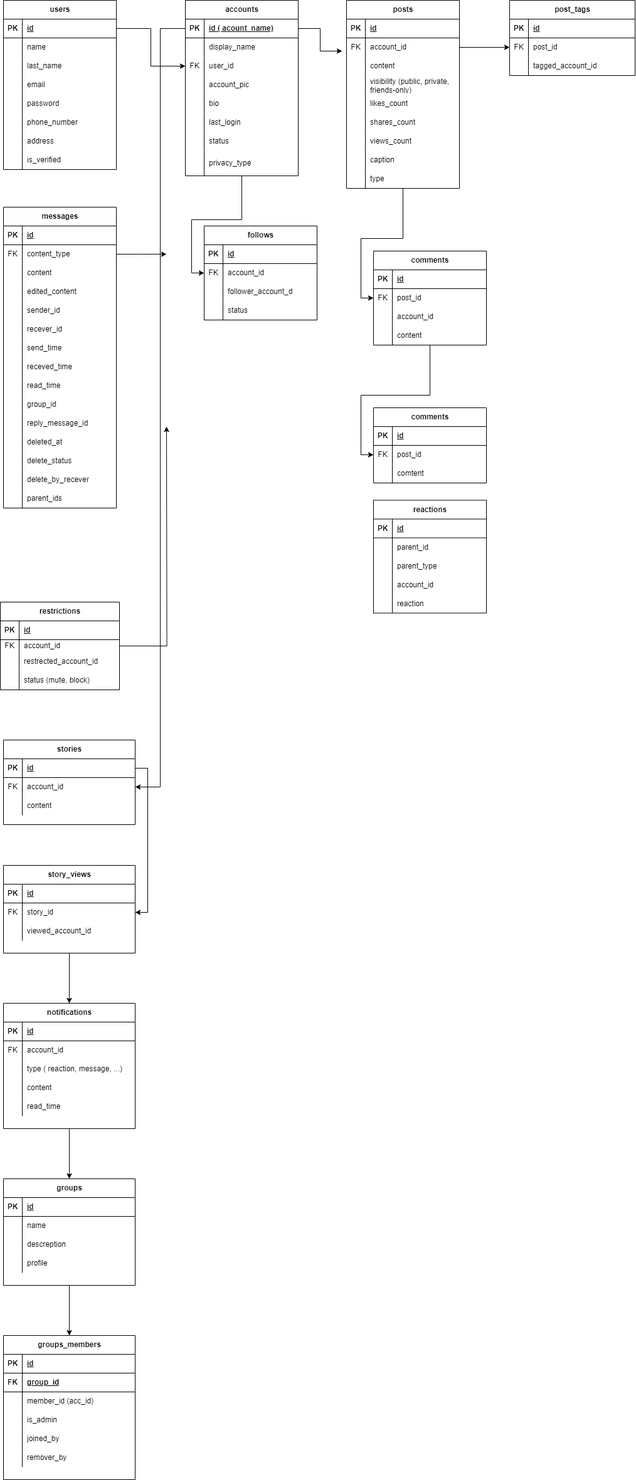
venkat0x1/ER-Diagrams keeps this draw.io diagram as SocialMediaApp.drawio.png. Above is the earlier version. Source tidied: cells renumbered, new cells last; positions are measured from the earlier drawing's top-left corner, leaving out a move shared by most shapes.
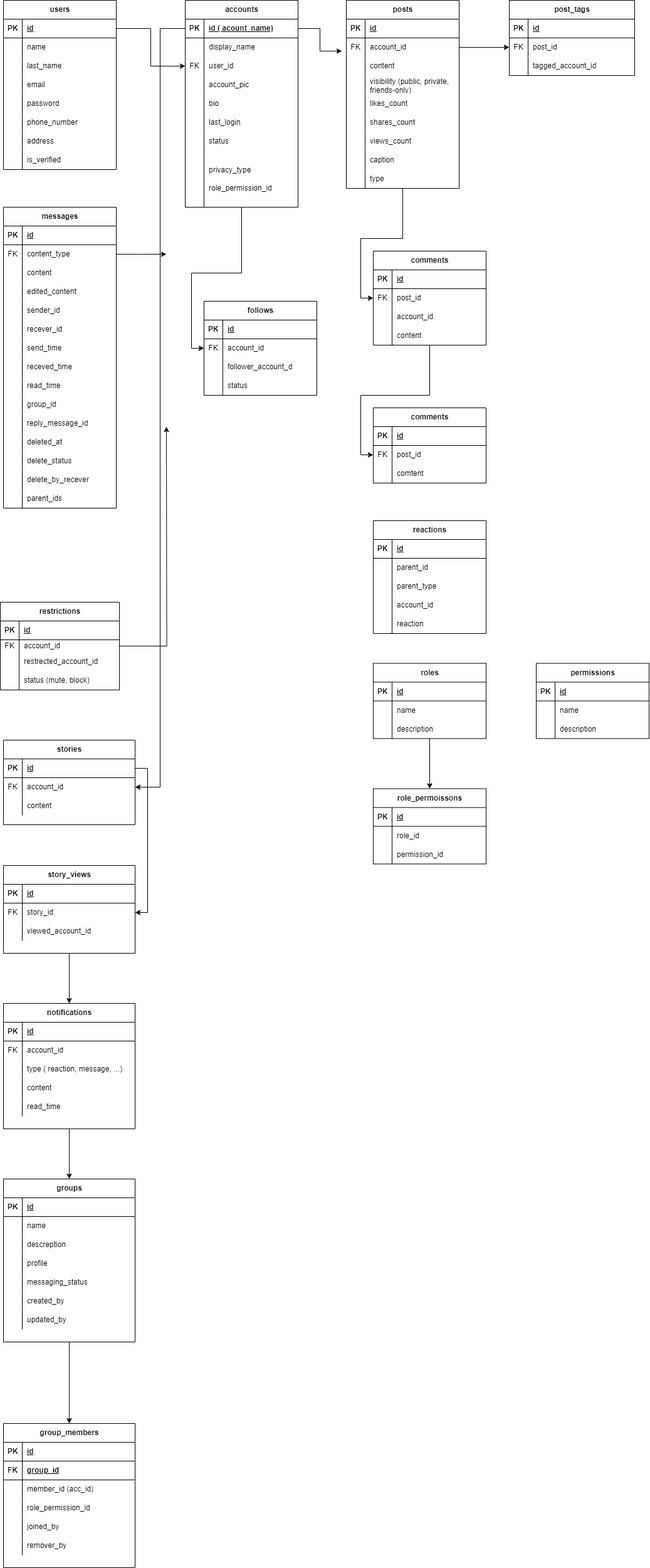
The same diagram one commit later.

Diff of the diagram source:
```diff
@@ -90,7 +90,7 @@
       <mxGeometry relative="1" as="geometry" />
     </mxCell>
     <mxCell id="29" value="accounts" style="shape=table;startSize=30;rowLines=0;fontStyle=1;align=center;html=1;" parent="1" vertex="1">
-      <mxGeometry x="295" width="180" height="280" as="geometry" />
+      <mxGeometry x="295" width="180" height="330" as="geometry" />
     </mxCell>
     <mxCell id="30" style="shape=tableRow;horizontal=0;startSize=0;swimlaneHead=0;swimlaneBody=0;fillColor=none;points=[[0,0.5],[1,0.5]];portConstraint=eastwest;top=0;left=0;right=0;bottom=1;" parent="29" vertex="1">
       <mxGeometry y="30" width="180" height="30" as="geometry" />
@@ -156,13 +156,13 @@
       <mxGeometry x="30" width="150" height="30" as="geometry" />
     </mxCell>
     <mxCell id="51" style="shape=tableRow;horizontal=0;startSize=0;swimlaneHead=0;swimlaneBody=0;fillColor=none;top=0;left=0;right=0;bottom=0;" parent="29" vertex="1">
-      <mxGeometry y="240" width="180" height="40" as="geometry" />
+      <mxGeometry y="240" width="180" height="90" as="geometry" />
     </mxCell>
     <mxCell id="52" style="shape=partialRectangle;fillColor=none;top=0;left=0;bottom=0;right=0;overflow=hidden;whiteSpace=wrap;html=1;" parent="51" vertex="1">
-      <mxGeometry width="30" height="40" as="geometry" />
+      <mxGeometry width="30" height="90" as="geometry" />
     </mxCell>
-    <mxCell id="53" value="privacy_type" style="shape=partialRectangle;fillColor=none;top=0;left=0;bottom=0;right=0;align=left;spacingLeft=6;overflow=hidden;whiteSpace=wrap;html=1;" parent="51" vertex="1">
-      <mxGeometry x="30" width="150" height="40" as="geometry" />
+    <mxCell id="53" value="privacy_type&lt;br&gt;&lt;br&gt;role_permission_id" style="shape=partialRectangle;fillColor=none;top=0;left=0;bottom=0;right=0;align=left;spacingLeft=6;overflow=hidden;whiteSpace=wrap;html=1;" parent="51" vertex="1">
+      <mxGeometry x="30" width="150" height="90" as="geometry" />
     </mxCell>
     <mxCell id="54" style="edgeStyle=orthogonalEdgeStyle;rounded=0;jettySize=auto;html=1;entryX=0;entryY=0.5;entryDx=0;entryDy=0;" parent="1" edge="1" source="55" target="88">
       <mxGeometry relative="1" as="geometry" />
@@ -324,7 +324,7 @@
       <mxGeometry x="30" width="150" height="30" as="geometry" />
     </mxCell>
     <mxCell id="107" value="reactions" style="shape=table;startSize=30;rowLines=0;fontStyle=1;align=center;html=1;" parent="1" vertex="1">
-      <mxGeometry x="595" y="797.5" width="180" height="180" as="geometry" />
+      <mxGeometry x="595" y="830" width="180" height="180" as="geometry" />
     </mxCell>
     <mxCell id="108" style="shape=tableRow;horizontal=0;startSize=0;swimlaneHead=0;swimlaneBody=0;fillColor=none;top=0;left=0;right=0;bottom=1;" parent="107" vertex="1">
       <mxGeometry y="30" width="180" height="30" as="geometry" />
@@ -372,7 +372,7 @@
       <mxGeometry x="30" width="150" height="30" as="geometry" />
     </mxCell>
     <mxCell id="123" value="follows" style="shape=table;startSize=30;rowLines=0;fontStyle=1;align=center;html=1;" parent="1" vertex="1">
-      <mxGeometry x="325" y="360" width="180" height="150" as="geometry" />
+      <mxGeometry x="325" y="480" width="180" height="150" as="geometry" />
     </mxCell>
     <mxCell id="124" style="shape=tableRow;horizontal=0;startSize=0;swimlaneHead=0;swimlaneBody=0;fillColor=none;top=0;left=0;right=0;bottom=1;" parent="123" vertex="1">
       <mxGeometry y="30" width="180" height="30" as="geometry" />
@@ -757,7 +757,7 @@
       <mxGeometry relative="1" as="geometry" />
     </mxCell>
     <mxCell id="250" value="groups" style="shape=table;startSize=30;rowLines=0;fontStyle=1;align=center;html=1;" parent="1" vertex="1">
-      <mxGeometry x="5" y="1880" width="210" height="170" as="geometry" />
+      <mxGeometry x="5" y="1880" width="210" height="260" as="geometry" />
     </mxCell>
     <mxCell id="251" style="shape=tableRow;horizontal=0;startSize=0;swimlaneHead=0;swimlaneBody=0;fillColor=none;top=0;left=0;right=0;bottom=1;" parent="250" vertex="1">
       <mxGeometry y="30" width="210" height="30" as="geometry" />
@@ -795,8 +795,35 @@
     <mxCell id="262" value="profile" style="shape=partialRectangle;fillColor=none;top=0;left=0;bottom=0;right=0;align=left;spacingLeft=6;overflow=hidden;whiteSpace=wrap;html=1;" parent="260" vertex="1">
       <mxGeometry x="30" width="180" height="30" as="geometry" />
     </mxCell>
+    <mxCell id="282" style="shape=tableRow;horizontal=0;startSize=0;swimlaneHead=0;swimlaneBody=0;fillColor=none;top=0;left=0;right=0;bottom=0;" parent="250" vertex="1">
+      <mxGeometry y="150" width="210" height="30" as="geometry" />
+    </mxCell>
+    <mxCell id="283" style="shape=partialRectangle;fillColor=none;top=0;left=0;bottom=0;right=0;overflow=hidden;whiteSpace=wrap;html=1;" parent="282" vertex="1">
+      <mxGeometry width="30" height="30" as="geometry" />
+    </mxCell>
+    <mxCell id="284" value="messaging_status" style="shape=partialRectangle;fillColor=none;top=0;left=0;bottom=0;right=0;align=left;spacingLeft=6;overflow=hidden;whiteSpace=wrap;html=1;" parent="282" vertex="1">
+      <mxGeometry x="30" width="180" height="30" as="geometry" />
+    </mxCell>
+    <mxCell id="285" style="shape=tableRow;horizontal=0;startSize=0;swimlaneHead=0;swimlaneBody=0;fillColor=none;top=0;left=0;right=0;bottom=0;" parent="250" vertex="1">
+      <mxGeometry y="180" width="210" height="30" as="geometry" />
+    </mxCell>
+    <mxCell id="286" style="shape=partialRectangle;fillColor=none;top=0;left=0;bottom=0;right=0;overflow=hidden;whiteSpace=wrap;html=1;" parent="285" vertex="1">
+      <mxGeometry width="30" height="30" as="geometry" />
+    </mxCell>
+    <mxCell id="287" value="created_by" style="shape=partialRectangle;fillColor=none;top=0;left=0;bottom=0;right=0;align=left;spacingLeft=6;overflow=hidden;whiteSpace=wrap;html=1;" parent="285" vertex="1">
+      <mxGeometry x="30" width="180" height="30" as="geometry" />
+    </mxCell>
+    <mxCell id="288" style="shape=tableRow;horizontal=0;startSize=0;swimlaneHead=0;swimlaneBody=0;fillColor=none;top=0;left=0;right=0;bottom=0;" parent="250" vertex="1">
+      <mxGeometry y="210" width="210" height="30" as="geometry" />
+    </mxCell>
+    <mxCell id="289" style="shape=partialRectangle;fillColor=none;top=0;left=0;bottom=0;right=0;overflow=hidden;whiteSpace=wrap;html=1;" parent="288" vertex="1">
+      <mxGeometry width="30" height="30" as="geometry" />
+    </mxCell>
+    <mxCell id="290" value="updated_by" style="shape=partialRectangle;fillColor=none;top=0;left=0;bottom=0;right=0;align=left;spacingLeft=6;overflow=hidden;whiteSpace=wrap;html=1;" parent="288" vertex="1">
+      <mxGeometry x="30" width="180" height="30" as="geometry" />
+    </mxCell>
-    <mxCell id="263" value="groups_members" style="shape=table;startSize=30;rowLines=0;fontStyle=1;align=center;html=1;" parent="1" vertex="1">
-      <mxGeometry x="5" y="2130" width="210" height="230" as="geometry" />
+    <mxCell id="263" value="group_members" style="shape=table;startSize=30;rowLines=0;fontStyle=1;align=center;html=1;" parent="1" vertex="1">
+      <mxGeometry x="5" y="2270" width="210" height="230" as="geometry" />
     </mxCell>
     <mxCell id="264" style="shape=tableRow;horizontal=0;startSize=0;swimlaneHead=0;swimlaneBody=0;fillColor=none;top=0;left=0;right=0;bottom=1;" parent="263" vertex="1">
       <mxGeometry y="30" width="210" height="30" as="geometry" />
@@ -831,7 +858,7 @@
     <mxCell id="274" style="shape=partialRectangle;fillColor=none;top=0;left=0;bottom=0;right=0;overflow=hidden;whiteSpace=wrap;html=1;" parent="273" vertex="1">
       <mxGeometry width="30" height="30" as="geometry" />
     </mxCell>
-    <mxCell id="275" value="is_admin" style="shape=partialRectangle;fillColor=none;top=0;left=0;bottom=0;right=0;align=left;spacingLeft=6;overflow=hidden;whiteSpace=wrap;html=1;" parent="273" vertex="1">
+    <mxCell id="275" value="role_permission_id" style="shape=partialRectangle;fillColor=none;top=0;left=0;bottom=0;right=0;align=left;spacingLeft=6;overflow=hidden;whiteSpace=wrap;html=1;" parent="273" vertex="1">
       <mxGeometry x="30" width="180" height="30" as="geometry" />
     </mxCell>
     <mxCell id="276" style="shape=tableRow;horizontal=0;startSize=0;swimlaneHead=0;swimlaneBody=0;fillColor=none;top=0;left=0;right=0;bottom=0;" parent="263" vertex="1">
@@ -852,5 +879,98 @@
     <mxCell id="281" value="remover_by" style="shape=partialRectangle;fillColor=none;top=0;left=0;bottom=0;right=0;align=left;spacingLeft=6;overflow=hidden;whiteSpace=wrap;html=1;" parent="279" vertex="1">
       <mxGeometry x="30" width="180" height="30" as="geometry" />
     </mxCell>
+    <mxCell id="291" style="edgeStyle=orthogonalEdgeStyle;rounded=0;jettySize=auto;html=1;" parent="1" edge="1" source="292" target="312">
+      <mxGeometry relative="1" as="geometry" />
+    </mxCell>
+    <mxCell id="292" value="roles" style="shape=table;startSize=30;rowLines=0;fontStyle=1;align=center;html=1;" parent="1" vertex="1">
+      <mxGeometry x="595" y="1057.5" width="180" height="120" as="geometry" />
+    </mxCell>
+    <mxCell id="293" style="shape=tableRow;horizontal=0;startSize=0;swimlaneHead=0;swimlaneBody=0;fillColor=none;top=0;left=0;right=0;bottom=1;" parent="292" vertex="1">
+      <mxGeometry y="30" width="180" height="30" as="geometry" />
+    </mxCell>
+    <mxCell id="294" value="PK" style="shape=partialRectangle;fillColor=none;top=0;left=0;bottom=0;right=0;fontStyle=1;overflow=hidden;whiteSpace=wrap;html=1;" parent="293" vertex="1">
+      <mxGeometry width="30" height="30" as="geometry" />
+    </mxCell>
+    <mxCell id="295" value="id" style="shape=partialRectangle;fillColor=none;top=0;left=0;bottom=0;right=0;align=left;spacingLeft=6;fontStyle=5;overflow=hidden;whiteSpace=wrap;html=1;" parent="293" vertex="1">
+      <mxGeometry x="30" width="150" height="30" as="geometry" />
+    </mxCell>
+    <mxCell id="296" style="shape=tableRow;horizontal=0;startSize=0;swimlaneHead=0;swimlaneBody=0;fillColor=none;top=0;left=0;right=0;bottom=0;" parent="292" vertex="1">
+      <mxGeometry y="60" width="180" height="30" as="geometry" />
+    </mxCell>
+    <mxCell id="297" style="shape=partialRectangle;fillColor=none;top=0;left=0;bottom=0;right=0;overflow=hidden;whiteSpace=wrap;html=1;" parent="296" vertex="1">
+      <mxGeometry width="30" height="30" as="geometry" />
+    </mxCell>
+    <mxCell id="298" value="name" style="shape=partialRectangle;fillColor=none;top=0;left=0;bottom=0;right=0;align=left;spacingLeft=6;overflow=hidden;whiteSpace=wrap;html=1;" parent="296" vertex="1">
+      <mxGeometry x="30" width="150" height="30" as="geometry" />
+    </mxCell>
+    <mxCell id="299" style="shape=tableRow;horizontal=0;startSize=0;swimlaneHead=0;swimlaneBody=0;fillColor=none;top=0;left=0;right=0;bottom=0;" parent="292" vertex="1">
+      <mxGeometry y="90" width="180" height="30" as="geometry" />
+    </mxCell>
+    <mxCell id="300" style="shape=partialRectangle;fillColor=none;top=0;left=0;bottom=0;right=0;overflow=hidden;whiteSpace=wrap;html=1;" parent="299" vertex="1">
+      <mxGeometry width="30" height="30" as="geometry" />
+    </mxCell>
+    <mxCell id="301" value="description" style="shape=partialRectangle;fillColor=none;top=0;left=0;bottom=0;right=0;align=left;spacingLeft=6;overflow=hidden;whiteSpace=wrap;html=1;" parent="299" vertex="1">
+      <mxGeometry x="30" width="150" height="30" as="geometry" />
+    </mxCell>
+    <mxCell id="302" value="permissions" style="shape=table;startSize=30;rowLines=0;fontStyle=1;align=center;html=1;" parent="1" vertex="1">
+      <mxGeometry x="855" y="1057.5" width="180" height="120" as="geometry" />
+    </mxCell>
+    <mxCell id="303" style="shape=tableRow;horizontal=0;startSize=0;swimlaneHead=0;swimlaneBody=0;fillColor=none;top=0;left=0;right=0;bottom=1;" parent="302" vertex="1">
+      <mxGeometry y="30" width="180" height="30" as="geometry" />
+    </mxCell>
+    <mxCell id="304" value="PK" style="shape=partialRectangle;fillColor=none;top=0;left=0;bottom=0;right=0;fontStyle=1;overflow=hidden;whiteSpace=wrap;html=1;" parent="303" vertex="1">
+      <mxGeometry width="30" height="30" as="geometry" />
+    </mxCell>
+    <mxCell id="305" value="id" style="shape=partialRectangle;fillColor=none;top=0;left=0;bottom=0;right=0;align=left;spacingLeft=6;fontStyle=5;overflow=hidden;whiteSpace=wrap;html=1;" parent="303" vertex="1">
+      <mxGeometry x="30" width="150" height="30" as="geometry" />
+    </mxCell>
+    <mxCell id="306" style="shape=tableRow;horizontal=0;startSize=0;swimlaneHead=0;swimlaneBody=0;fillColor=none;top=0;left=0;right=0;bottom=0;" parent="302" vertex="1">
+      <mxGeometry y="60" width="180" height="30" as="geometry" />
+    </mxCell>
+    <mxCell id="307" style="shape=partialRectangle;fillColor=none;top=0;left=0;bottom=0;right=0;overflow=hidden;whiteSpace=wrap;html=1;" parent="306" vertex="1">
+      <mxGeometry width="30" height="30" as="geometry" />
+    </mxCell>
+    <mxCell id="308" value="name" style="shape=partialRectangle;fillColor=none;top=0;left=0;bottom=0;right=0;align=left;spacingLeft=6;overflow=hidden;whiteSpace=wrap;html=1;" parent="306" vertex="1">
+      <mxGeometry x="30" width="150" height="30" as="geometry" />
+    </mxCell>
+    <mxCell id="309" style="shape=tableRow;horizontal=0;startSize=0;swimlaneHead=0;swimlaneBody=0;fillColor=none;top=0;left=0;right=0;bottom=0;" parent="302" vertex="1">
+      <mxGeometry y="90" width="180" height="30" as="geometry" />
+    </mxCell>
+    <mxCell id="310" style="shape=partialRectangle;fillColor=none;top=0;left=0;bottom=0;right=0;overflow=hidden;whiteSpace=wrap;html=1;" parent="309" vertex="1">
+      <mxGeometry width="30" height="30" as="geometry" />
+    </mxCell>
+    <mxCell id="311" value="description" style="shape=partialRectangle;fillColor=none;top=0;left=0;bottom=0;right=0;align=left;spacingLeft=6;overflow=hidden;whiteSpace=wrap;html=1;" parent="309" vertex="1">
+      <mxGeometry x="30" width="150" height="30" as="geometry" />
+    </mxCell>
+    <mxCell id="312" value="role_permoissons" style="shape=table;startSize=30;rowLines=0;fontStyle=1;align=center;html=1;" parent="1" vertex="1">
+      <mxGeometry x="595" y="1257.5" width="180" height="120" as="geometry" />
+    </mxCell>
+    <mxCell id="313" style="shape=tableRow;horizontal=0;startSize=0;swimlaneHead=0;swimlaneBody=0;fillColor=none;top=0;left=0;right=0;bottom=1;" parent="312" vertex="1">
+      <mxGeometry y="30" width="180" height="30" as="geometry" />
+    </mxCell>
+    <mxCell id="314" value="PK" style="shape=partialRectangle;fillColor=none;top=0;left=0;bottom=0;right=0;fontStyle=1;overflow=hidden;whiteSpace=wrap;html=1;" parent="313" vertex="1">
+      <mxGeometry width="30" height="30" as="geometry" />
+    </mxCell>
+    <mxCell id="315" value="id" style="shape=partialRectangle;fillColor=none;top=0;left=0;bottom=0;right=0;align=left;spacingLeft=6;fontStyle=5;overflow=hidden;whiteSpace=wrap;html=1;" parent="313" vertex="1">
+      <mxGeometry x="30" width="150" height="30" as="geometry" />
+    </mxCell>
+    <mxCell id="316" style="shape=tableRow;horizontal=0;startSize=0;swimlaneHead=0;swimlaneBody=0;fillColor=none;top=0;left=0;right=0;bottom=0;" parent="312" vertex="1">
+      <mxGeometry y="60" width="180" height="30" as="geometry" />
+    </mxCell>
+    <mxCell id="317" style="shape=partialRectangle;fillColor=none;top=0;left=0;bottom=0;right=0;overflow=hidden;whiteSpace=wrap;html=1;" parent="316" vertex="1">
+      <mxGeometry width="30" height="30" as="geometry" />
+    </mxCell>
+    <mxCell id="318" value="role_id" style="shape=partialRectangle;fillColor=none;top=0;left=0;bottom=0;right=0;align=left;spacingLeft=6;overflow=hidden;whiteSpace=wrap;html=1;" parent="316" vertex="1">
+      <mxGeometry x="30" width="150" height="30" as="geometry" />
+    </mxCell>
+    <mxCell id="319" style="shape=tableRow;horizontal=0;startSize=0;swimlaneHead=0;swimlaneBody=0;fillColor=none;top=0;left=0;right=0;bottom=0;" parent="312" vertex="1">
+      <mxGeometry y="90" width="180" height="30" as="geometry" />
+    </mxCell>
+    <mxCell id="320" style="shape=partialRectangle;fillColor=none;top=0;left=0;bottom=0;right=0;overflow=hidden;whiteSpace=wrap;html=1;" parent="319" vertex="1">
+      <mxGeometry width="30" height="30" as="geometry" />
+    </mxCell>
+    <mxCell id="321" value="permission_id" style="shape=partialRectangle;fillColor=none;top=0;left=0;bottom=0;right=0;align=left;spacingLeft=6;overflow=hidden;whiteSpace=wrap;html=1;" parent="319" vertex="1">
+      <mxGeometry x="30" width="150" height="30" as="geometry" />
+    </mxCell>
   </root>
 </mxGraphModel>
```
